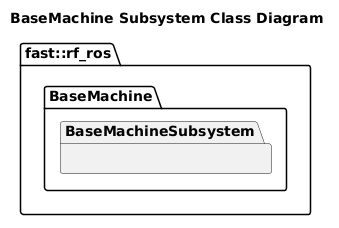
Before: Systems/BaseMachine/Subsystems/BaseMachine/doc/puml/BaseMachineSubsystemClassDiagram.png, a diagram exported from PlantUML (fastrobotics/robot_framework_ros). Source of this version:
```plantuml
@startuml
title BaseMachine Subsystem Class Diagram

namespace fast::rf_ros {
    namespace BaseMachine {
        namespace BaseMachineSubsystem {
        }
    }
}
@enduml
```
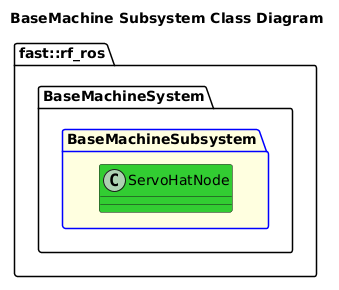
Later version of the same file.

Change to the diagram source:
```diff
@@ -2,8 +2,9 @@
 title BaseMachine Subsystem Class Diagram
 
 namespace fast::rf_ros {
-    namespace BaseMachine {
-        namespace BaseMachineSubsystem {
+    namespace BaseMachineSystem {
+        package BaseMachineSubsystem #LightYellow;line:blue {
+            class ServoHatNode #LimeGreen
         }
     }
 }
```
